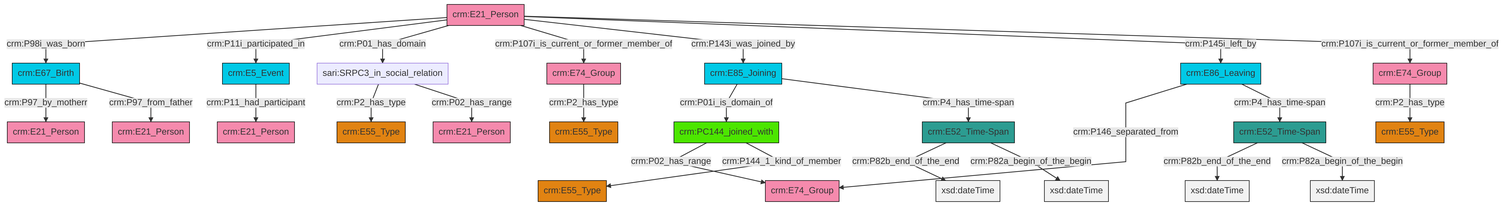
Above: et/personCSV/ttl/mmd/png/Person_Actor_Relations.png in swiss-art-research-net/reference-data-models (Mermaid), before the change. Its source is kept beside it as et/personCSV/ttl/mmd/Person_Actor_Relations.ttl.mmd.
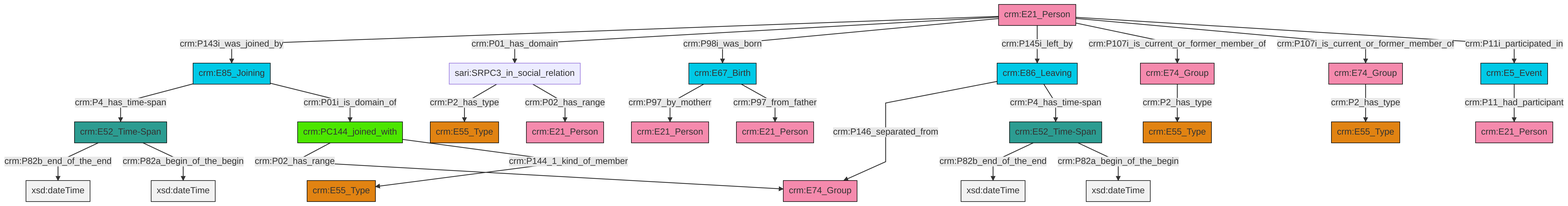
After the commit.

The edit, as a diff of the source:
```diff
@@ -13,27 +13,27 @@
 classDef PC_Classes fill:#4ce600, stroke:#000000;
 classDef Multi fill:#cccccc,stroke:#000000;
 
-0["crm:PC144_joined_with"]:::PC_Classes -->|crm:P02_has_range| 1["crm:E74_Group"]:::Actor
-2["sari:SRPC3_in_social_relation"]:::Default -->|crm:P2_has_type| 3["crm:E55_Type"]:::Type
-8["crm:E21_Person"]:::Actor -->|crm:P98i_was_born| 9["crm:E67_Birth"]:::Temporal_Entity
-10["crm:E52_Time-Span"]:::Time-Span -->|crm:P82b_end_of_the_end| 11[xsd:dateTime]:::Literal
-10["crm:E52_Time-Span"]:::Time-Span -->|crm:P82a_begin_of_the_begin| 12[xsd:dateTime]:::Literal
-8["crm:E21_Person"]:::Actor -->|crm:P11i_participated_in| 14["crm:E5_Event"]:::Temporal_Entity
-4["crm:E74_Group"]:::Actor -->|crm:P2_has_type| 15["crm:E55_Type"]:::Type
-16["crm:E52_Time-Span"]:::Time-Span -->|crm:P82b_end_of_the_end| 17[xsd:dateTime]:::Literal
-8["crm:E21_Person"]:::Actor -->|crm:P01_has_domain| 2["sari:SRPC3_in_social_relation"]:::Default
-8["crm:E21_Person"]:::Actor -->|crm:P107i_is_current_or_former_member_of| 4["crm:E74_Group"]:::Actor
-22["crm:E86_Leaving"]:::Temporal_Entity -->|crm:P146_separated_from| 1["crm:E74_Group"]:::Actor
-0["crm:PC144_joined_with"]:::PC_Classes -->|crm:P144_1_kind_of_member| 23["crm:E55_Type"]:::Type
-8["crm:E21_Person"]:::Actor -->|crm:P143i_was_joined_by| 24["crm:E85_Joining"]:::Temporal_Entity
-25["crm:E74_Group"]:::Actor -->|crm:P2_has_type| 6["crm:E55_Type"]:::Type
-14["crm:E5_Event"]:::Temporal_Entity -->|crm:P11_had_participant| 28["crm:E21_Person"]:::Actor
-16["crm:E52_Time-Span"]:::Time-Span -->|crm:P82a_begin_of_the_begin| 29[xsd:dateTime]:::Literal
-24["crm:E85_Joining"]:::Temporal_Entity -->|crm:P01i_is_domain_of| 0["crm:PC144_joined_with"]:::PC_Classes
-9["crm:E67_Birth"]:::Temporal_Entity -->|crm:P97_by_motherr| 31["crm:E21_Person"]:::Actor
-2["sari:SRPC3_in_social_relation"]:::Default -->|crm:P02_has_range| 33["crm:E21_Person"]:::Actor
-9["crm:E67_Birth"]:::Temporal_Entity -->|crm:P97_from_father| 19["crm:E21_Person"]:::Actor
-24["crm:E85_Joining"]:::Temporal_Entity -->|crm:P4_has_time-span| 16["crm:E52_Time-Span"]:::Time-Span
-22["crm:E86_Leaving"]:::Temporal_Entity -->|crm:P4_has_time-span| 10["crm:E52_Time-Span"]:::Time-Span
-8["crm:E21_Person"]:::Actor -->|crm:P145i_left_by| 22["crm:E86_Leaving"]:::Temporal_Entity
-8["crm:E21_Person"]:::Actor -->|crm:P107i_is_current_or_former_member_of| 25["crm:E74_Group"]:::Actor
+4["crm:E21_Person"]:::Actor -->|crm:P143i_was_joined_by| 5["crm:E85_Joining"]:::Temporal_Entity
+6["sari:SRPC3_in_social_relation"]:::Default -->|crm:P2_has_type| 7["crm:E55_Type"]:::Type
+8["crm:E52_Time-Span"]:::Time-Span -->|crm:P82b_end_of_the_end| 9[xsd:dateTime]:::Literal
+4["crm:E21_Person"]:::Actor -->|crm:P01_has_domain| 6["sari:SRPC3_in_social_relation"]:::Default
+10["crm:E5_Event"]:::Temporal_Entity -->|crm:P11_had_participant| 11["crm:E21_Person"]:::Actor
+12["crm:E67_Birth"]:::Temporal_Entity -->|crm:P97_by_motherr| 13["crm:E21_Person"]:::Actor
+4["crm:E21_Person"]:::Actor -->|crm:P98i_was_born| 12["crm:E67_Birth"]:::Temporal_Entity
+14["crm:E52_Time-Span"]:::Time-Span -->|crm:P82b_end_of_the_end| 15[xsd:dateTime]:::Literal
+21["crm:E86_Leaving"]:::Temporal_Entity -->|crm:P146_separated_from| 22["crm:E74_Group"]:::Actor
+12["crm:E67_Birth"]:::Temporal_Entity -->|crm:P97_from_father| 19["crm:E21_Person"]:::Actor
+14["crm:E52_Time-Span"]:::Time-Span -->|crm:P82a_begin_of_the_begin| 27[xsd:dateTime]:::Literal
+8["crm:E52_Time-Span"]:::Time-Span -->|crm:P82a_begin_of_the_begin| 28[xsd:dateTime]:::Literal
+4["crm:E21_Person"]:::Actor -->|crm:P145i_left_by| 21["crm:E86_Leaving"]:::Temporal_Entity
+5["crm:E85_Joining"]:::Temporal_Entity -->|crm:P4_has_time-span| 8["crm:E52_Time-Span"]:::Time-Span
+5["crm:E85_Joining"]:::Temporal_Entity -->|crm:P01i_is_domain_of| 0["crm:PC144_joined_with"]:::PC_Classes
+0["crm:PC144_joined_with"]:::PC_Classes -->|crm:P02_has_range| 22["crm:E74_Group"]:::Actor
+4["crm:E21_Person"]:::Actor -->|crm:P107i_is_current_or_former_member_of| 34["crm:E74_Group"]:::Actor
+29["crm:E74_Group"]:::Actor -->|crm:P2_has_type| 23["crm:E55_Type"]:::Type
+4["crm:E21_Person"]:::Actor -->|crm:P107i_is_current_or_former_member_of| 29["crm:E74_Group"]:::Actor
+6["sari:SRPC3_in_social_relation"]:::Default -->|crm:P02_has_range| 42["crm:E21_Person"]:::Actor
+0["crm:PC144_joined_with"]:::PC_Classes -->|crm:P144_1_kind_of_member| 2["crm:E55_Type"]:::Type
+34["crm:E74_Group"]:::Actor -->|crm:P2_has_type| 16["crm:E55_Type"]:::Type
+21["crm:E86_Leaving"]:::Temporal_Entity -->|crm:P4_has_time-span| 14["crm:E52_Time-Span"]:::Time-Span
+4["crm:E21_Person"]:::Actor -->|crm:P11i_participated_in| 10["crm:E5_Event"]:::Temporal_Entity
```
